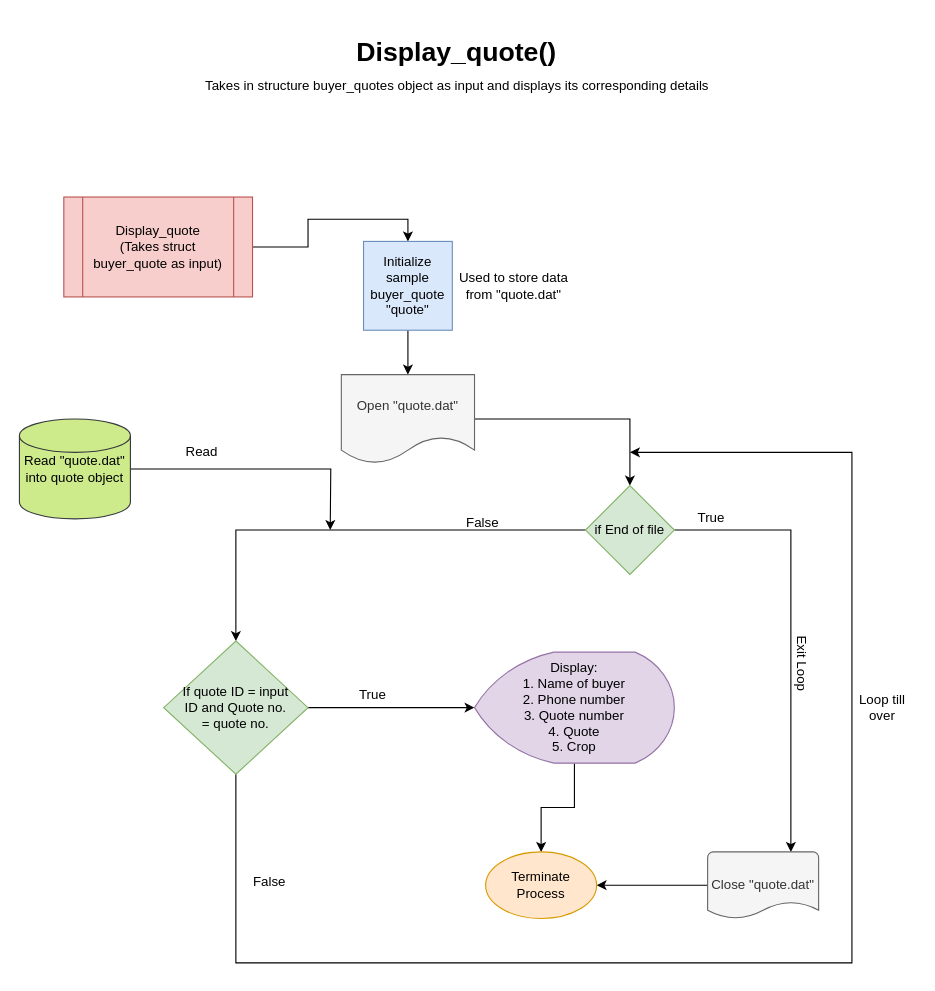
Above: Flow Charts/16. Display_quote.drawio in dhruvbanerjee77/FARMHOUSE-A-Marketing-Portal (draw.io), before the change. Source tidied: cells renumbered, new cells numbered last; positions are measured from the earlier drawing's top-left corner, leaving out a move shared by most shapes. Both pictures are drawn from the tidied source at 111%, with x=0, y=0 at pixel (19, 30).
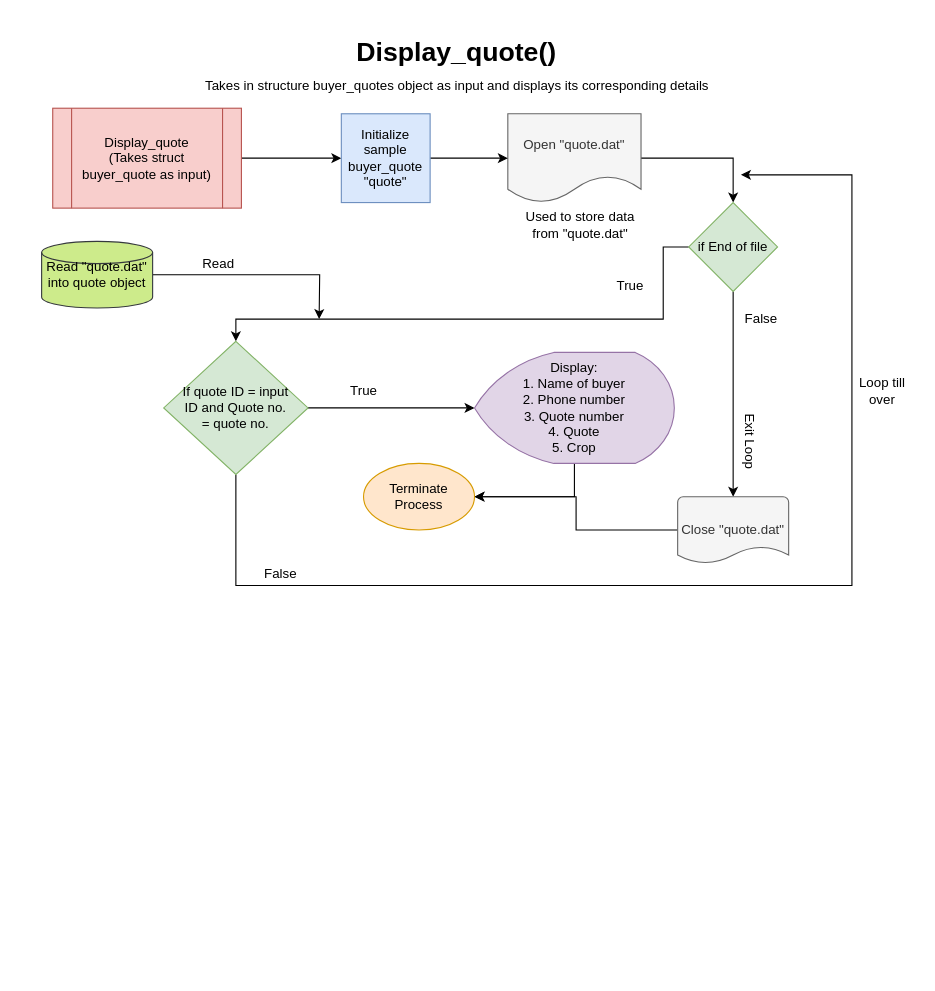
The same diagram, later.

The edit, as a diff of the source:
```diff
@@
-    <mxCell id="2" style="edgeStyle=orthogonalEdgeStyle;rounded=0;jettySize=auto;html=1;entryX=0.5;entryY=0;entryDx=0;entryDy=0;" parent="1" edge="1" source="3" target="12">
+    <mxCell id="2" style="edgeStyle=orthogonalEdgeStyle;rounded=0;jettySize=auto;html=1;entryX=0;entryY=0.5;entryDx=0;entryDy=0;" parent="1" edge="1" source="3" target="12">
       <mxGeometry relative="1" as="geometry" />
     </mxCell>
     <mxCell id="3" value="Display_quote&lt;br&gt;(Takes struct buyer_quote as input)" style="shape=process;whiteSpace=wrap;html=1;backgroundOutline=1;fillColor=#f8cecc;strokeColor=#b85450;" parent="1" vertex="1">
-      <mxGeometry x="40" y="150" width="170" height="90" as="geometry" />
+      <mxGeometry x="30" y="70" width="170" height="90" as="geometry" />
     </mxCell>
@@
     <mxCell id="5" value="Open &quot;quote.dat&quot;" style="shape=document;whiteSpace=wrap;html=1;boundedLbl=1;fillColor=#f5f5f5;strokeColor=#666666;fontColor=#333333;" parent="1" vertex="1">
-      <mxGeometry x="290" y="310" width="120" height="80" as="geometry" />
+      <mxGeometry x="440" y="75" width="120" height="80" as="geometry" />
     </mxCell>
     <mxCell id="6" style="edgeStyle=orthogonalEdgeStyle;rounded=0;jettySize=auto;html=1;" parent="1" edge="1" source="8" target="15">
       <mxGeometry relative="1" as="geometry">
         <Array as="points">
-          <mxPoint x="195" y="450" />
+          <mxPoint x="580" y="195" />
+          <mxPoint x="580" y="260" />
+          <mxPoint x="195" y="260" />
         </Array>
       </mxGeometry>
     </mxCell>
-    <mxCell id="7" style="edgeStyle=orthogonalEdgeStyle;rounded=0;jettySize=auto;html=1;entryX=0.75;entryY=0;entryDx=0;entryDy=0;entryPerimeter=0;" parent="1" edge="1" source="8" target="19">
+    <mxCell id="7" style="edgeStyle=orthogonalEdgeStyle;rounded=0;jettySize=auto;html=1;entryX=0.5;entryY=0;entryDx=0;entryDy=0;entryPerimeter=0;" parent="1" edge="1" source="8" target="19">
       <mxGeometry relative="1" as="geometry" />
     </mxCell>
     <mxCell id="8" value="if End of file" style="rhombus;whiteSpace=wrap;html=1;fillColor=#d5e8d4;strokeColor=#82b366;" parent="1" vertex="1">
-      <mxGeometry x="510" y="410" width="80" height="80" as="geometry" />
+      <mxGeometry x="603" y="155" width="80" height="80" as="geometry" />
     </mxCell>
     <mxCell id="9" style="edgeStyle=orthogonalEdgeStyle;rounded=0;jettySize=auto;html=1;" parent="1" edge="1" source="10">
       <mxGeometry relative="1" as="geometry">
-        <mxPoint x="280" y="450" as="targetPoint" />
+        <mxPoint x="270" y="260" as="targetPoint" />
       </mxGeometry>
     </mxCell>
     <mxCell id="10" value="Read &quot;quote.dat&quot; into quote object" style="strokeWidth=1;html=1;shape=mxgraph.flowchart.database;whiteSpace=wrap;fillColor=#cdeb8b;strokeColor=#36393d;" parent="1" vertex="1">
-      <mxGeometry y="350" width="100" height="90" as="geometry" />
+      <mxGeometry x="20" y="190" width="100" height="60" as="geometry" />
     </mxCell>
-    <mxCell id="11" style="edgeStyle=orthogonalEdgeStyle;rounded=0;jettySize=auto;html=1;entryX=0.5;entryY=0;entryDx=0;entryDy=0;" parent="1" edge="1" source="12" target="5">
+    <mxCell id="11" style="edgeStyle=orthogonalEdgeStyle;rounded=0;jettySize=auto;html=1;entryX=0;entryY=0.5;entryDx=0;entryDy=0;" parent="1" edge="1" source="12" target="5">
       <mxGeometry relative="1" as="geometry" />
     </mxCell>
     <mxCell id="12" value="Initialize sample buyer_quote &quot;quote&quot;" style="whiteSpace=wrap;html=1;fillColor=#dae8fc;strokeColor=#6c8ebf;" parent="1" vertex="1">
-      <mxGeometry x="310" y="190" width="80" height="80" as="geometry" />
+      <mxGeometry x="290" y="75" width="80" height="80" as="geometry" />
     </mxCell>
@@
     <mxCell id="14" style="edgeStyle=orthogonalEdgeStyle;rounded=0;jettySize=auto;html=1;" parent="1" edge="1" source="15">
       <mxGeometry relative="1" as="geometry">
-        <mxPoint x="550" y="380" as="targetPoint" />
+        <mxPoint x="650" y="130" as="targetPoint" />
         <Array as="points">
-          <mxPoint x="195" y="840" />
-          <mxPoint x="750" y="840" />
-          <mxPoint x="750" y="380" />
+          <mxPoint x="195" y="500" />
+          <mxPoint x="750" y="500" />
+          <mxPoint x="750" y="130" />
         </Array>
       </mxGeometry>
     </mxCell>
     <mxCell id="15" value="If quote ID = input ID and Quote no. = quote no." style="rhombus;whiteSpace=wrap;html=1;strokeWidth=1;spacingLeft=15;spacingRight=15;fillColor=#d5e8d4;strokeColor=#82b366;" parent="1" vertex="1">
-      <mxGeometry x="130" y="550" width="130" height="120" as="geometry" />
+      <mxGeometry x="130" y="280" width="130" height="120" as="geometry" />
     </mxCell>
     <mxCell id="16" style="edgeStyle=orthogonalEdgeStyle;rounded=0;jettySize=auto;html=1;" parent="1" edge="1" source="17" target="20">
-      <mxGeometry relative="1" as="geometry" />
+      <mxGeometry relative="1" as="geometry">
+        <Array as="points">
+          <mxPoint x="500" y="420" />
+          <mxPoint x="344" y="420" />
+        </Array>
+      </mxGeometry>
     </mxCell>
     <mxCell id="17" value="Display:&lt;br&gt;1. Name of buyer&lt;br&gt;2. Phone number&lt;br&gt;3. Quote number&lt;br&gt;4. Quote&lt;br&gt;5. Crop&lt;br&gt;" style="strokeWidth=1;html=1;shape=mxgraph.flowchart.display;whiteSpace=wrap;fillColor=#e1d5e7;strokeColor=#9673a6;" parent="1" vertex="1">
-      <mxGeometry x="410" y="560" width="180" height="100" as="geometry" />
+      <mxGeometry x="410" y="290" width="180" height="100" as="geometry" />
     </mxCell>
@@
     <mxCell id="19" value="Close &quot;quote.dat&quot;" style="strokeWidth=1;html=1;shape=mxgraph.flowchart.document2;whiteSpace=wrap;size=0.25;fillColor=#f5f5f5;strokeColor=#666666;fontColor=#333333;" parent="1" vertex="1">
-      <mxGeometry x="620" y="740" width="100" height="60" as="geometry" />
+      <mxGeometry x="593" y="420" width="100" height="60" as="geometry" />
     </mxCell>
     <mxCell id="20" value="Terminate Process" style="strokeWidth=1;html=1;shape=mxgraph.flowchart.start_1;whiteSpace=wrap;fillColor=#ffe6cc;strokeColor=#d79b00;" parent="1" vertex="1">
-      <mxGeometry x="420" y="740" width="100" height="60" as="geometry" />
+      <mxGeometry x="310" y="390" width="100" height="60" as="geometry" />
     </mxCell>
@@
     <mxCell id="23" value="True" style="text;html=1;align=center;verticalAlign=middle;" parent="1" vertex="1">
-      <mxGeometry x="603" y="429" width="40" height="20" as="geometry" />
+      <mxGeometry x="530" y="220" width="40" height="20" as="geometry" />
     </mxCell>
     <mxCell id="24" value="Exit Loop" style="text;html=1;align=center;verticalAlign=middle;rotation=90;" parent="1" vertex="1">
-      <mxGeometry x="670" y="560" width="70" height="20" as="geometry" />
+      <mxGeometry x="623" y="360" width="70" height="20" as="geometry" />
     </mxCell>
     <mxCell id="25" value="False" style="text;html=1;align=center;verticalAlign=middle;" parent="1" vertex="1">
-      <mxGeometry x="392" y="434" width="50" height="20" as="geometry" />
+      <mxGeometry x="643" y="250" width="50" height="20" as="geometry" />
     </mxCell>
     <mxCell id="26" value="Read" style="text;html=1;align=center;verticalAlign=middle;" parent="1" vertex="1">
-      <mxGeometry x="144" y="370" width="40" height="20" as="geometry" />
+      <mxGeometry x="159" y="200" width="40" height="20" as="geometry" />
     </mxCell>
     <mxCell id="27" value="Used to store data&lt;br&gt;from &quot;quote.dat&quot;" style="text;html=1;align=center;verticalAlign=middle;" parent="1" vertex="1">
-      <mxGeometry x="390" y="215" width="110" height="30" as="geometry" />
+      <mxGeometry x="450" y="160" width="110" height="30" as="geometry" />
     </mxCell>
     <mxCell id="28" value="True" style="text;html=1;align=center;verticalAlign=middle;" parent="1" vertex="1">
-      <mxGeometry x="298" y="589" width="40" height="20" as="geometry" />
+      <mxGeometry x="290" y="315" width="40" height="20" as="geometry" />
     </mxCell>
     <mxCell id="29" value="False" style="text;html=1;align=center;verticalAlign=middle;" parent="1" vertex="1">
-      <mxGeometry x="200" y="757" width="50" height="20" as="geometry" />
+      <mxGeometry x="210" y="480" width="50" height="20" as="geometry" />
     </mxCell>
     <mxCell id="30" value="Loop till&lt;br&gt;over" style="text;html=1;align=center;verticalAlign=middle;" parent="1" vertex="1">
-      <mxGeometry x="747" y="595" width="60" height="30" as="geometry" />
+      <mxGeometry x="747" y="310" width="60" height="30" as="geometry" />
     </mxCell>
```
